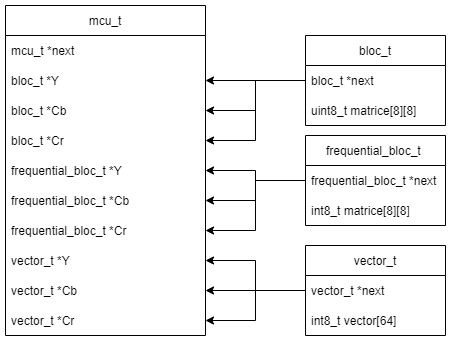
Earlier version of the draw.io export docs/struct.drawio.png (Paul-vrn/jpeg-encoder). Source tidied: cells renumbered, new cells last; positions are measured from the earlier drawing's top-left corner, leaving out a move shared by most shapes.
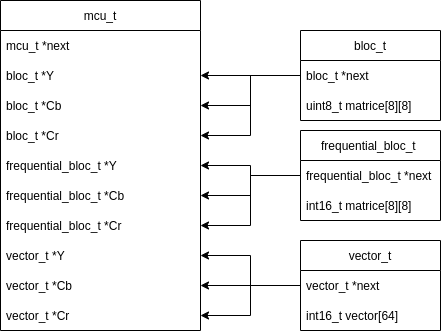
Later version of the same file.

What changed in the source:
```diff
@@ -68,7 +68,7 @@
     <mxCell id="23" value="frequential_bloc_t *next" style="text;strokeColor=none;fillColor=none;align=left;verticalAlign=middle;spacingLeft=4;spacingRight=4;overflow=hidden;" parent="22" vertex="1">
       <mxGeometry y="30" width="140" height="30" as="geometry" />
     </mxCell>
-    <mxCell id="24" value="int8_t matrice[8][8]" style="text;strokeColor=none;fillColor=none;align=left;verticalAlign=middle;spacingLeft=4;spacingRight=4;overflow=hidden;" parent="22" vertex="1">
+    <mxCell id="24" value="int16_t matrice[8][8]" style="text;strokeColor=none;fillColor=none;align=left;verticalAlign=middle;spacingLeft=4;spacingRight=4;overflow=hidden;" parent="22" vertex="1">
       <mxGeometry y="60" width="140" height="30" as="geometry" />
     </mxCell>
     <mxCell id="25" style="edgeStyle=orthogonalEdgeStyle;rounded=0;jettySize=auto;html=1;entryX=1;entryY=0.5;entryDx=0;entryDy=0;" parent="1" edge="1" source="28" target="12">
@@ -86,7 +86,7 @@
     <mxCell id="29" value="vector_t *next" style="text;strokeColor=none;fillColor=none;align=left;verticalAlign=middle;spacingLeft=4;spacingRight=4;overflow=hidden;" parent="28" vertex="1">
       <mxGeometry y="30" width="140" height="30" as="geometry" />
     </mxCell>
-    <mxCell id="30" value="int8_t vector[64]" style="text;strokeColor=none;fillColor=none;align=left;verticalAlign=middle;spacingLeft=4;spacingRight=4;overflow=hidden;" parent="28" vertex="1">
+    <mxCell id="30" value="int16_t vector[64]" style="text;strokeColor=none;fillColor=none;align=left;verticalAlign=middle;spacingLeft=4;spacingRight=4;overflow=hidden;" parent="28" vertex="1">
       <mxGeometry y="60" width="140" height="30" as="geometry" />
     </mxCell>
   </root>
```
